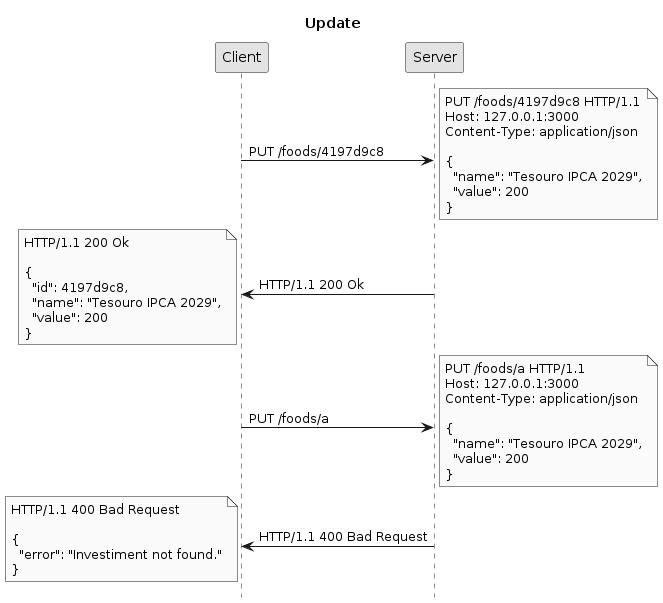
This is public/imgs/expressjs/api/update-investment.png from ifpb/lp2, a PlantUML export, as it was before one commit.
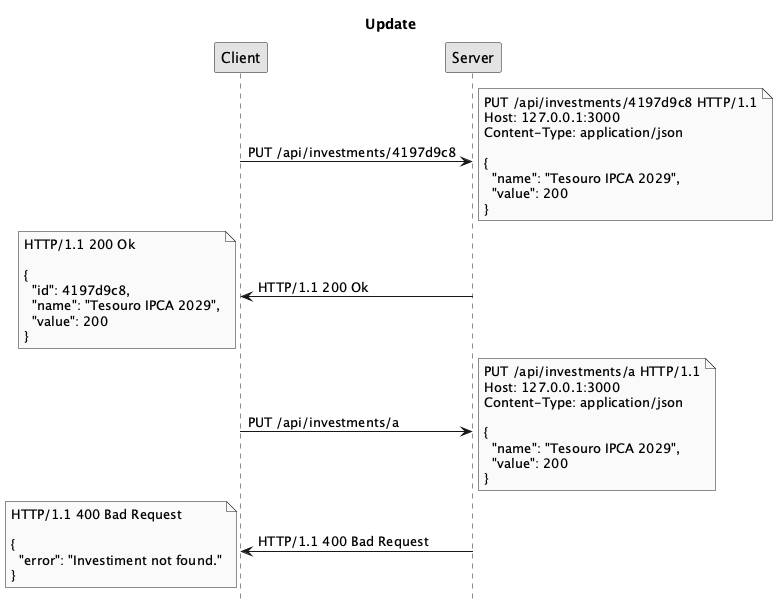
After the commit.

The edit, as a diff of the source:
```diff
@@ -3,13 +3,13 @@
 hide footbox
 skinparam monochrome true
 
-Client -> Server: PUT /foods/4197d9c8
-note right: PUT /foods/4197d9c8 HTTP/1.1\nHost: 127.0.0.1:3000\nContent-Type: application/json\n\n{\n  "name": "Tesouro IPCA 2029",\n  "value": 200\n}
+Client -> Server: PUT /api/investments/4197d9c8
+note right: PUT /api/investments/4197d9c8 HTTP/1.1\nHost: 127.0.0.1:3000\nContent-Type: application/json\n\n{\n  "name": "Tesouro IPCA 2029",\n  "value": 200\n}
 Server -> Client: HTTP/1.1 200 Ok
 note left: HTTP/1.1 200 Ok\n\n{\n  "id": 4197d9c8,\n  "name": "Tesouro IPCA 2029",\n  "value": 200\n}
 
-Client -> Server: PUT /foods/a
-note right: PUT /foods/a HTTP/1.1\nHost: 127.0.0.1:3000\nContent-Type: application/json\n\n{\n  "name": "Tesouro IPCA 2029",\n  "value": 200\n}
+Client -> Server: PUT /api/investments/a
+note right: PUT /api/investments/a HTTP/1.1\nHost: 127.0.0.1:3000\nContent-Type: application/json\n\n{\n  "name": "Tesouro IPCA 2029",\n  "value": 200\n}
 Server -> Client: HTTP/1.1 400 Bad Request
 note left: HTTP/1.1 400 Bad Request\n\n{\n  "error": "Investiment not found."\n}
 @enduml
```
